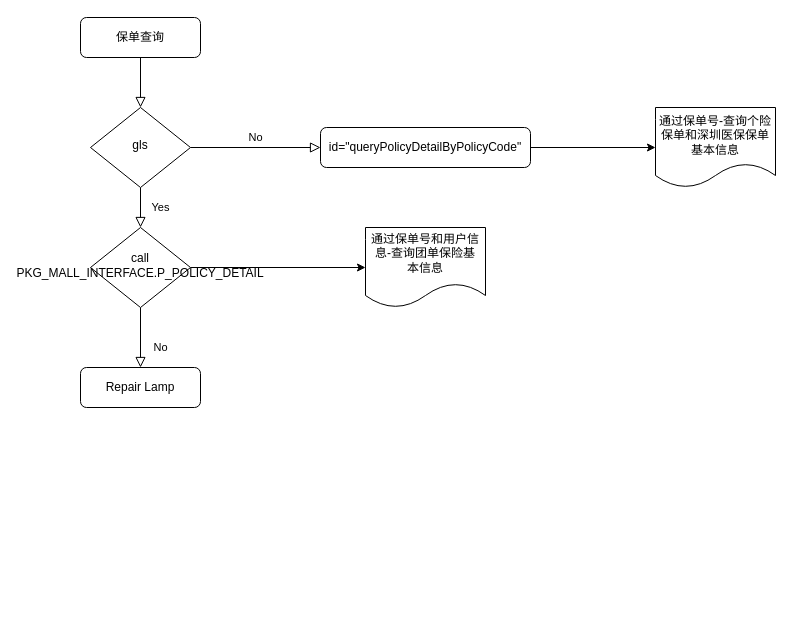
This is policydetail.drawio from rainerpiao/cloud-computing, a draw.io file, before an edit. Source tidied: cells renumbered, new cells numbered last; positions are measured from the earlier drawing's top-left corner, leaving out a move shared by most shapes. Both pictures are drawn from the tidied source at 100%, with x=0, y=0 at pixel (80, 17).
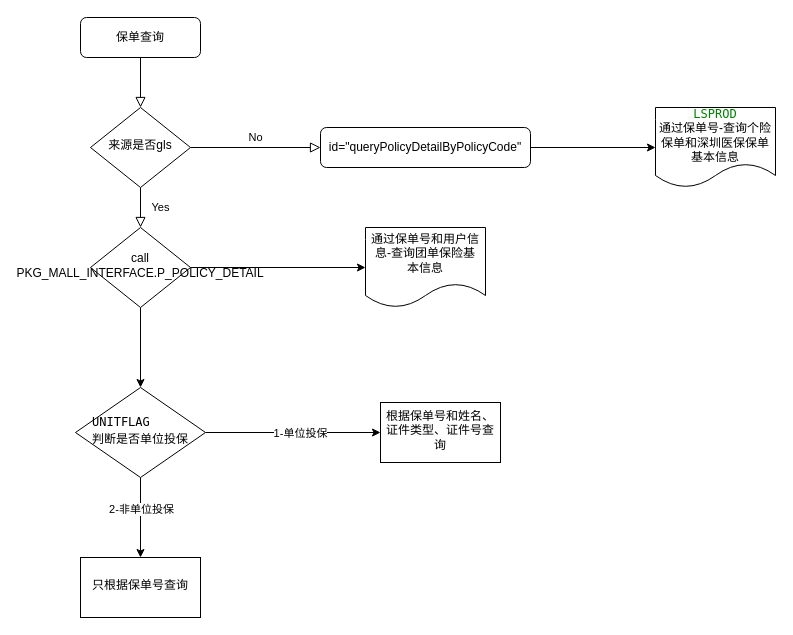
The same diagram, later.

The change refers to these unchanged cells:
```xml
<mxCell id="11" value="call&lt;br&gt;PKG_MALL_INTERFACE.P_POLICY_DETAIL" style="rhombus;whiteSpace=wrap;html=1;shadow=0;fontFamily=Helvetica;fontSize=12;align=center;strokeWidth=1;spacing=6;spacingTop=-4;" parent="1" vertex="1">
  <mxGeometry x="10" y="210" width="100" height="80" as="geometry" />
</mxCell>
```

The edit, as a diff of the source:
```diff
@@
-    <mxCell id="6" value="gls" style="rhombus;whiteSpace=wrap;html=1;shadow=0;fontFamily=Helvetica;fontSize=12;align=center;strokeWidth=1;spacing=6;spacingTop=-4;" parent="1" vertex="1">
+    <mxCell id="6" value="来源是否gls" style="rhombus;whiteSpace=wrap;html=1;shadow=0;fontFamily=Helvetica;fontSize=12;align=center;strokeWidth=1;spacing=6;spacingTop=-4;" parent="1" vertex="1">
       <mxGeometry x="10" y="90" width="100" height="80" as="geometry" />
     </mxCell>
@@
-    <mxCell id="9" value="No" style="rounded=0;html=1;jettySize=auto;fontSize=11;endArrow=block;endFill=0;endSize=8;strokeWidth=1;shadow=0;labelBackgroundColor=none;edgeStyle=orthogonalEdgeStyle;" parent="1" edge="1" source="11" target="12">
-      <mxGeometry x="0.33" y="20" relative="1" as="geometry" />
-    </mxCell>
@@
+    <mxCell id="15" style="edgeStyle=orthogonalEdgeStyle;rounded=0;jettySize=auto;html=1;" parent="1" edge="1" source="11" target="20">
+      <mxGeometry relative="1" as="geometry" />
+    </mxCell>
@@
-    <mxCell id="12" value="Repair Lamp" style="rounded=1;whiteSpace=wrap;html=1;fontSize=12;glass=0;strokeWidth=1;shadow=0;" parent="1" vertex="1">
-      <mxGeometry y="350" width="120" height="40" as="geometry" />
-    </mxCell>
@@
-    <mxCell id="14" value="通过保单号-查询个险保单和深圳医保保单基本信息" style="shape=document;whiteSpace=wrap;html=1;boundedLbl=1;rounded=1;glass=0;strokeWidth=1;shadow=0;" parent="1" vertex="1">
+    <mxCell id="14" value="&lt;span style=&quot;color: rgb(0, 128, 0); font-family: Menlo; text-align: start; background-color: initial;&quot;&gt;LSPROD&lt;br&gt;&lt;/span&gt;通过保单号-查询个险保单和深圳医保保单基本信息" style="shape=document;whiteSpace=wrap;html=1;boundedLbl=1;rounded=1;glass=0;strokeWidth=1;shadow=0;" parent="1" vertex="1">
       <mxGeometry x="575" y="90" width="120" height="80" as="geometry" />
     </mxCell>
+    <mxCell id="16" style="edgeStyle=orthogonalEdgeStyle;rounded=0;jettySize=auto;html=1;" parent="1" edge="1" source="20" target="21">
+      <mxGeometry relative="1" as="geometry" />
+    </mxCell>
+    <mxCell id="17" value="1-单位投保" style="edgeLabel;html=1;align=center;verticalAlign=middle;" parent="16" vertex="1">
+      <mxGeometry x="0.07" y="1" relative="1" as="geometry">
+        <mxPoint y="1" as="offset" />
+      </mxGeometry>
+    </mxCell>
+    <mxCell id="18" style="edgeStyle=orthogonalEdgeStyle;rounded=0;jettySize=auto;html=1;" parent="1" edge="1" source="20" target="22">
+      <mxGeometry relative="1" as="geometry" />
+    </mxCell>
+    <mxCell id="19" value="2-非单位投保" style="edgeLabel;html=1;align=center;verticalAlign=middle;" parent="18" vertex="1">
+      <mxGeometry x="-0.23" relative="1" as="geometry" />
+    </mxCell>
+    <mxCell id="20" value="&lt;p style=&quot;margin: 0px; font-variant-numeric: normal; font-variant-east-asian: normal; font-stretch: normal; line-height: normal; font-family: Menlo; text-align: start;&quot; class=&quot;p1&quot;&gt;UNITFLAG&lt;/p&gt;&lt;p style=&quot;margin: 0px; font-variant-numeric: normal; font-variant-east-asian: normal; font-stretch: normal; line-height: normal; font-family: Menlo; text-align: start;&quot; class=&quot;p1&quot;&gt;判断是否单位投保&lt;/p&gt;" style="rhombus;whiteSpace=wrap;html=1;shadow=0;strokeWidth=1;spacing=6;spacingTop=-4;" parent="1" vertex="1">
+      <mxGeometry x="-5" y="370" width="130" height="90" as="geometry" />
+    </mxCell>
+    <mxCell id="21" value="根据保单号和姓名、证件类型、证件号查询" style="whiteSpace=wrap;html=1;shadow=0;strokeWidth=1;spacing=6;spacingTop=-4;" parent="1" vertex="1">
+      <mxGeometry x="300" y="385" width="120" height="60" as="geometry" />
+    </mxCell>
+    <mxCell id="22" value="只根据保单号查询" style="whiteSpace=wrap;html=1;shadow=0;strokeWidth=1;spacing=6;spacingTop=-4;" parent="1" vertex="1">
+      <mxGeometry y="540" width="120" height="60" as="geometry" />
+    </mxCell>
```
